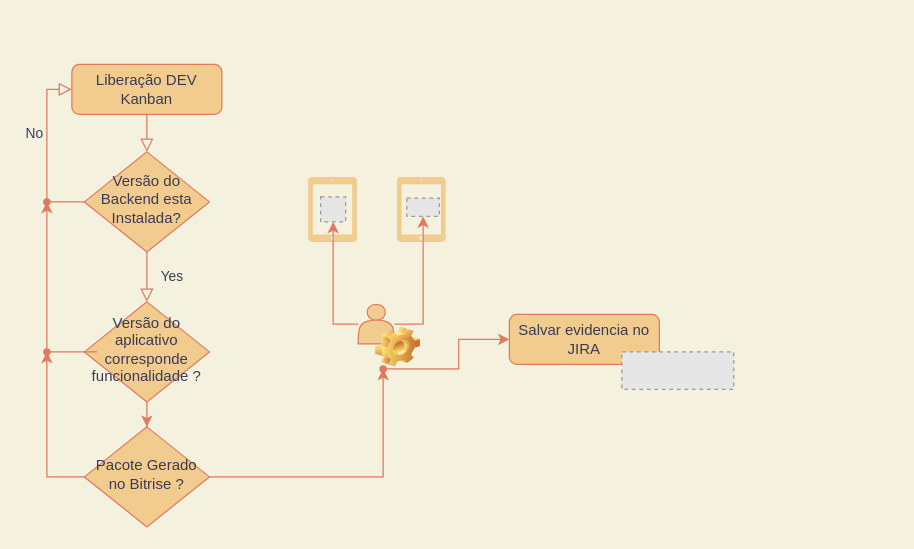
Before: QA-flow.drawio in micheltiago/docs-arq-ref-t01, a draw.io diagram. Source tidied: cells renumbered, new cells numbered last; positions are measured from the earlier drawing's top-left corner, leaving out a move shared by most shapes. Both pictures are drawn from the tidied source at 125%, with x=0, y=0 at pixel (21, 64). Pictures stored in the file or linked from it are replaced by grey dashed boxes.
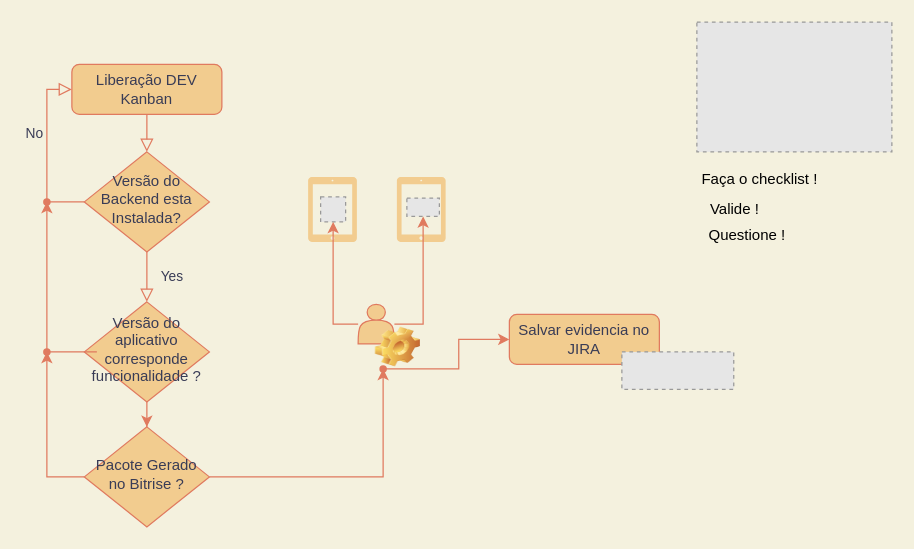
Above is the later version.

Change to the diagram source:
```diff
@@
+    <mxCell id="31" style="fillColor=#E6E6E6;strokeColor=#999999;dashed=1;verticalLabelPosition=bottom;verticalAlign=top;" parent="1" vertex="1">
+      <mxGeometry x="540" y="-33.8" width="156" height="103.8" as="geometry" />
+    </mxCell>
+    <mxCell id="32" value="Faça o checklist !" style="text;html=1;align=center;verticalAlign=middle;fillColor=none;strokeColor=none;rounded=0;" parent="1" vertex="1">
+      <mxGeometry x="530" y="77" width="120" height="30" as="geometry" />
+    </mxCell>
+    <mxCell id="33" value="Valide !" style="text;html=1;align=center;verticalAlign=middle;fillColor=none;strokeColor=none;rounded=0;" parent="1" vertex="1">
+      <mxGeometry x="540" y="101" width="60" height="30" as="geometry" />
+    </mxCell>
+    <mxCell id="34" value="Questione !" style="text;html=1;align=center;verticalAlign=middle;fillColor=none;strokeColor=none;rounded=0;" parent="1" vertex="1">
+      <mxGeometry x="540" y="121.6" width="80" height="30" as="geometry" />
+    </mxCell>
```
